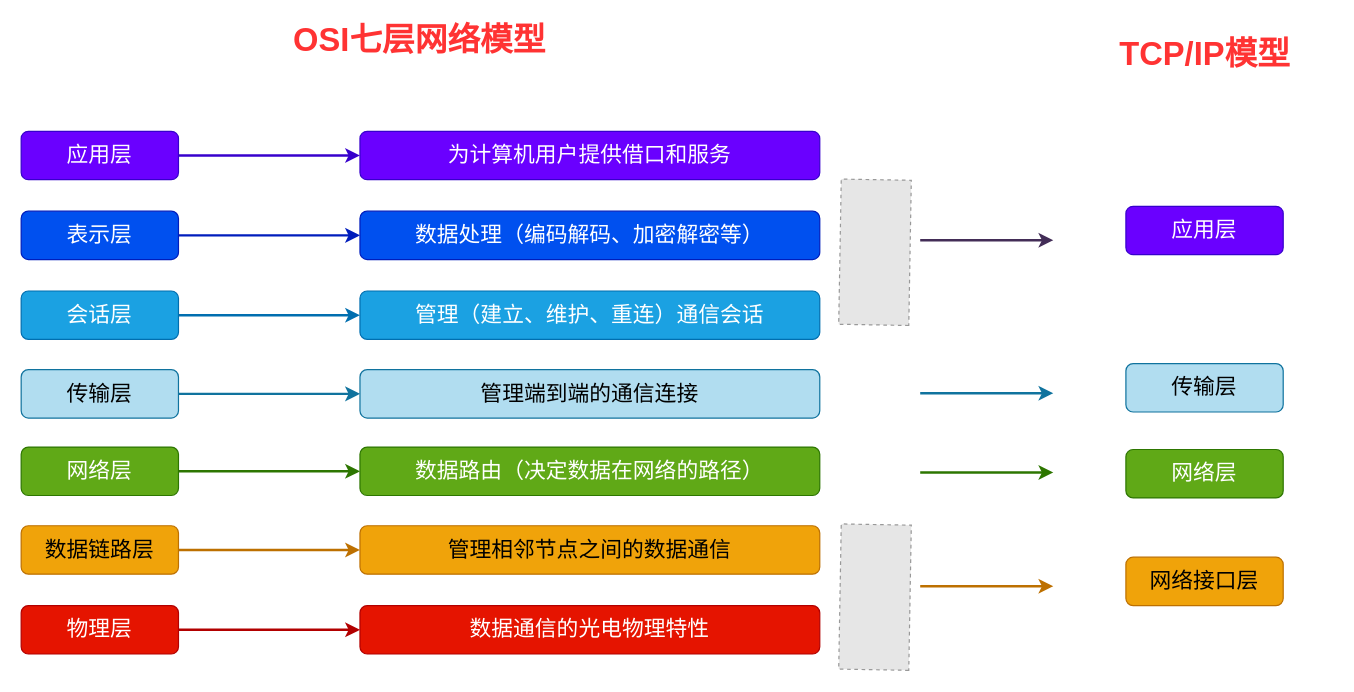
The draw.io diagram page "第 2 页" (2 of 2) of drawio/network/图形验证码网络案例.drawio in hezhuma/image-repo, before the edit. Source tidied: cells renumbered, new cells numbered last; positions are measured from the earlier drawing's top-left corner, leaving out a move shared by most shapes. Both pictures are drawn from the tidied source at 121%, with x=0, y=0 at pixel (21, 22). Pictures stored in the file or linked from it are replaced by grey dashed boxes.
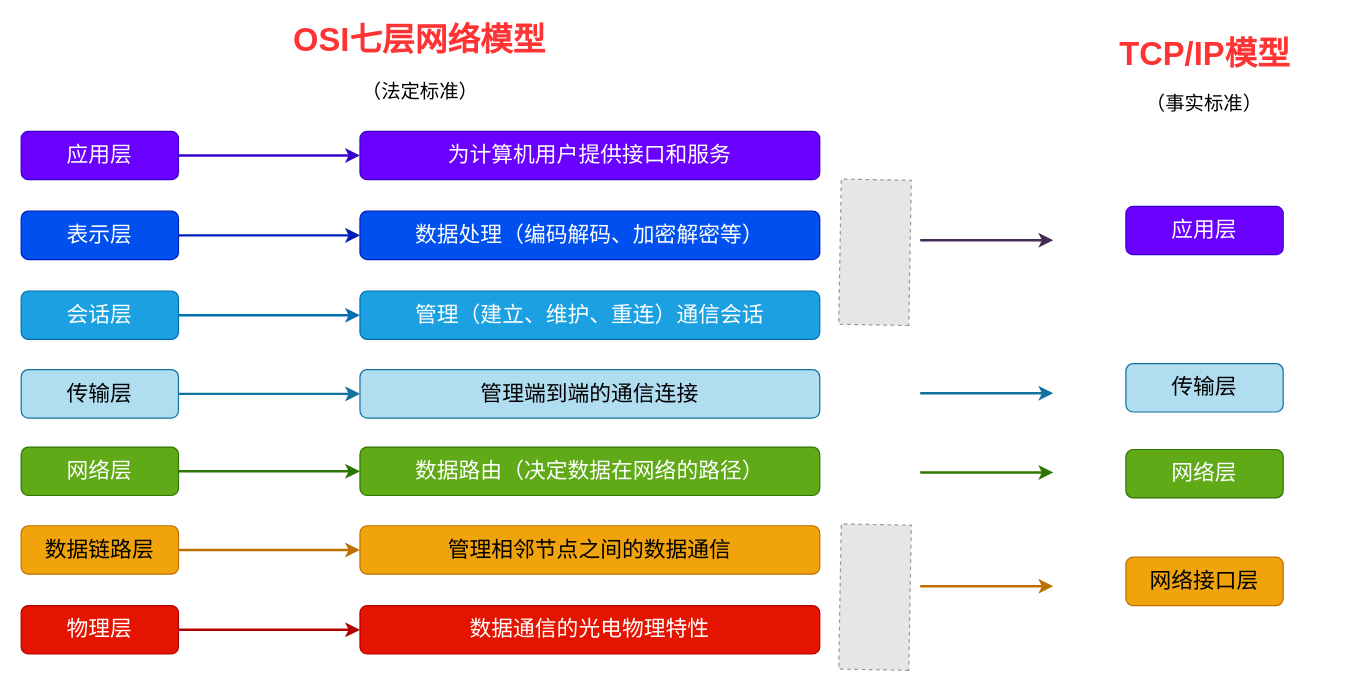
The same page after the edit.

Commit message:
更新图形验证码网络案例.drawio

The edit, as a diff of the source:
```diff
@@
-    <mxCell id="4" value="&lt;span style=&quot;font-size: 18px;&quot;&gt;为计算机用户提供借口和服务&lt;/span&gt;" style="rounded=1;whiteSpace=wrap;html=1;fillColor=#6a00ff;fontColor=#ffffff;strokeColor=#3700CC;" parent="1" vertex="1">
+    <mxCell id="4" value="&lt;span style=&quot;font-size: 18px;&quot;&gt;为计算机用户提供接口和服务&lt;/span&gt;" style="rounded=1;whiteSpace=wrap;html=1;fillColor=#6a00ff;fontColor=#ffffff;strokeColor=#3700CC;" parent="1" vertex="1">
       <mxGeometry x="280" y="90" width="380" height="40" as="geometry" />
     </mxCell>
@@
+    <mxCell id="35" value="&lt;font style=&quot;font-size: 16px;&quot;&gt;（法定标准）&lt;/font&gt;" style="text;html=1;strokeColor=none;fillColor=none;align=center;verticalAlign=middle;whiteSpace=wrap;rounded=0;" parent="1" vertex="1">
+      <mxGeometry x="267" y="42" width="126" height="30" as="geometry" />
+    </mxCell>
+    <mxCell id="36" value="&lt;font style=&quot;font-size: 16px;&quot;&gt;（事实标准）&lt;/font&gt;" style="text;html=1;strokeColor=none;fillColor=none;align=center;verticalAlign=middle;whiteSpace=wrap;rounded=0;" parent="1" vertex="1">
+      <mxGeometry x="915" y="52" width="126" height="30" as="geometry" />
+    </mxCell>
```
